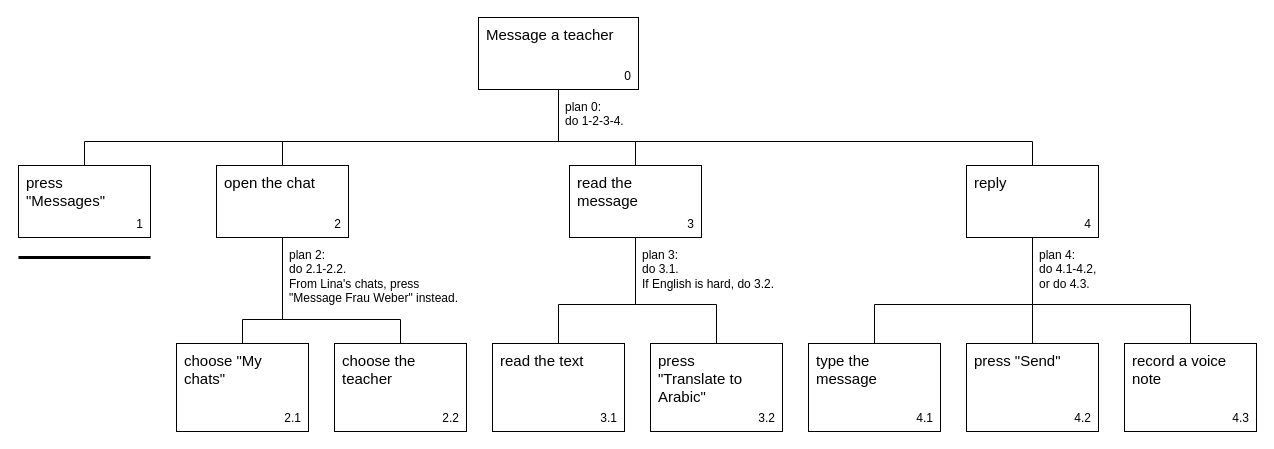
This is page "P3 Message a teacher" (3 of 3) of Sprout_HTDs/Parent_HTDs.drawio from AmrKoura/HCI_DAMNS, a draw.io file, before an edit. Source tidied: cells renumbered, new cells numbered last; positions are measured from the earlier drawing's top-left corner, leaving out a move shared by most shapes. Both pictures are drawn from the tidied source at 100%, with x=0, y=0 at pixel (18, 17).
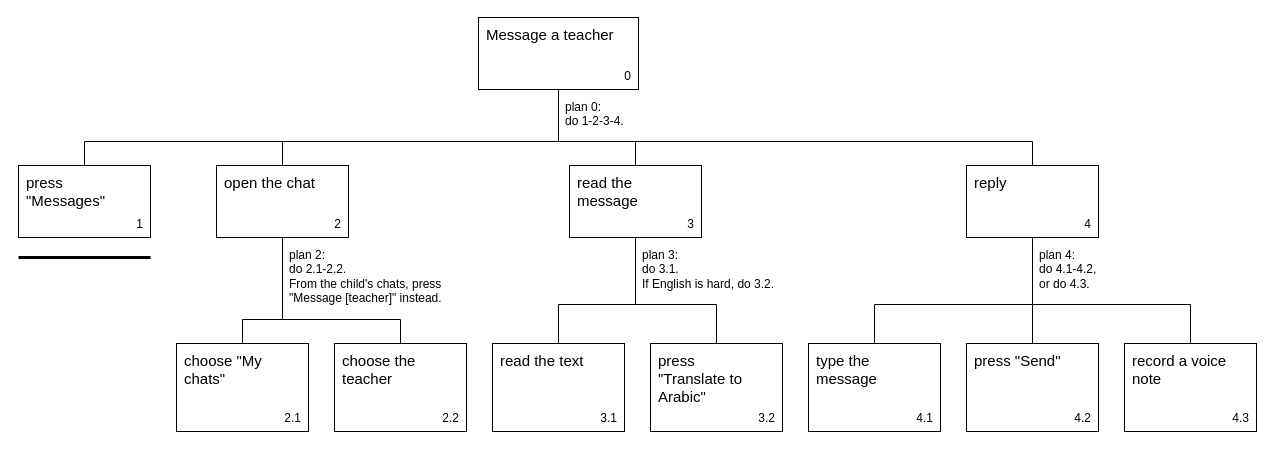
The same page after the edit.

Commit message (it also covers changes not shown here):
M3: make HTDs name-free and up to date with the prototype

What changed in the source:
```diff
@@
-    <mxCell id="38" value="plan 2:&lt;br&gt;do 2.1-2.2.&lt;br&gt;From Lina's chats, press&lt;br&gt;&quot;Message Frau Weber&quot; instead." style="text;html=1;fontFamily=Helvetica;fontSize=12;align=left;verticalAlign=top;spacing=0;fontColor=#000000;" parent="1" vertex="1">
+    <mxCell id="38" value="plan 2:&lt;br&gt;do 2.1-2.2.&lt;br&gt;From the child's chats, press&lt;br&gt;&quot;Message [teacher]&quot; instead." style="text;html=1;fontFamily=Helvetica;fontSize=12;align=left;verticalAlign=top;spacing=0;fontColor=#000000;" parent="1" vertex="1">
       <mxGeometry x="271" y="226" width="189" height="64" as="geometry" />
     </mxCell>
```
